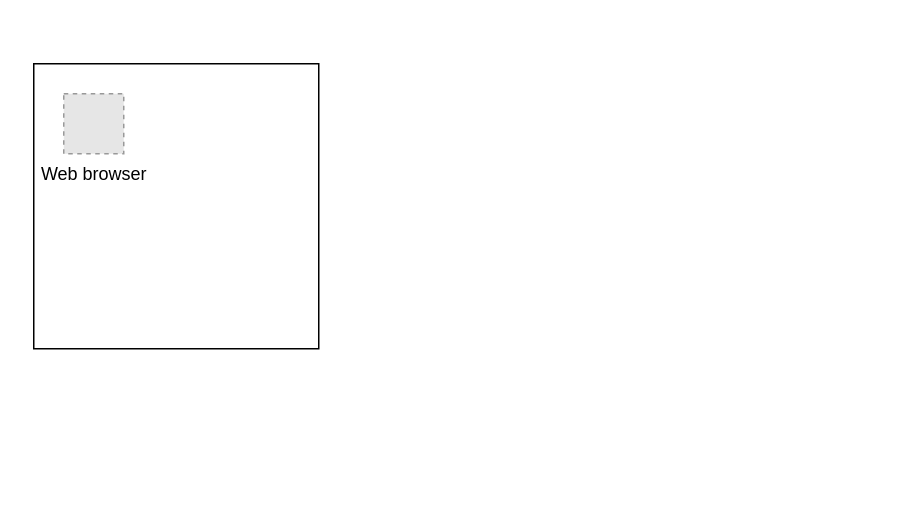
The draw.io diagram deploynew.drawio in shpriya-bits/github-upload, before the edit. Source tidied: cells renumbered, new cells numbered last; positions are measured from the earlier drawing's top-left corner, leaving out a move shared by most shapes. Both pictures are drawn from the tidied source at 150%, with x=0, y=0 at pixel (33, 63). Pictures stored in the file or linked from it are replaced by grey dashed boxes.
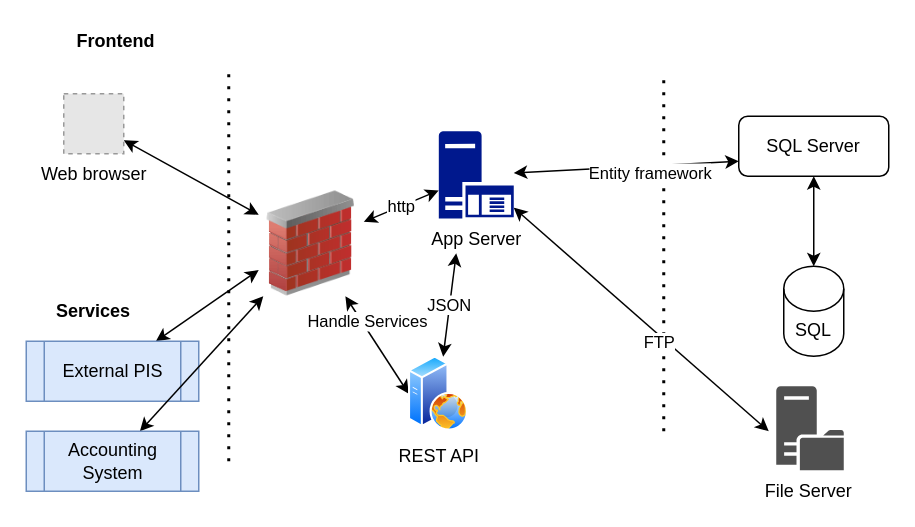
After the change.

Unchanged cells that the change refers to:
```xml
<mxCell id="3" value="Web browser" style="fillColor=#E6E6E6;strokeColor=#999999;dashed=1;html=1;verticalAlign=top;verticalLabelPosition=bottom;labelBackgroundColor=#ffffff;" parent="1" vertex="1">
  <mxGeometry x="20" y="20" width="40" height="40" as="geometry" />
</mxCell>
```

Change to the diagram source:
```diff
@@
-    <mxCell id="2" style="whiteSpace=wrap;html=1;" parent="1" vertex="1">
-      <mxGeometry width="190" height="190" as="geometry" />
-    </mxCell>
+    <mxCell id="4" style="rounded=0;jettySize=auto;html=1;startArrow=classic;startFill=1;" parent="1" edge="1" source="3" target="10">
+      <mxGeometry relative="1" as="geometry" />
+    </mxCell>
@@
+    <mxCell id="5" value="Frontend" style="text;html=1;strokeColor=none;fillColor=none;align=center;verticalAlign=middle;whiteSpace=wrap;rounded=0;fontStyle=1;" parent="1" vertex="1">
+      <mxGeometry x="20" y="-25" width="70" height="20" as="geometry" />
+    </mxCell>
+    <mxCell id="6" style="endArrow=none;dashed=1;html=1;dashPattern=1 3;strokeWidth=2;" parent="1" edge="1">
+      <mxGeometry relative="1" as="geometry">
+        <mxPoint x="130" y="265" as="sourcePoint" />
+        <mxPoint x="130" y="5" as="targetPoint" />
+      </mxGeometry>
+    </mxCell>
+    <mxCell id="7" value="http" style="edgeStyle=none;rounded=0;jettySize=auto;html=1;startArrow=classic;startFill=1;" parent="1" edge="1" source="10" target="18">
+      <mxGeometry relative="1" as="geometry" />
+    </mxCell>
+    <mxCell id="8" style="edgeStyle=none;rounded=0;jettySize=auto;html=1;entryX=0;entryY=0.5;entryDx=0;entryDy=0;startArrow=classic;startFill=1;" parent="1" edge="1" source="10" target="13">
+      <mxGeometry relative="1" as="geometry" />
+    </mxCell>
+    <mxCell id="9" value="Handle Services&amp;nbsp;" style="edgeLabel;html=1;align=center;verticalAlign=middle;" parent="8" vertex="1">
+      <mxGeometry x="-0.43" y="4" relative="1" as="geometry" />
+    </mxCell>
+    <mxCell id="10" style="image;html=1;image=img/lib/clip_art/networking/Firewall_02_128x128.png;" parent="1" vertex="1">
+      <mxGeometry x="150" y="85" width="70" height="70" as="geometry" />
+    </mxCell>
+    <mxCell id="11" style="endArrow=none;dashed=1;html=1;dashPattern=1 3;strokeWidth=2;" parent="1" edge="1">
+      <mxGeometry relative="1" as="geometry">
+        <mxPoint x="420" y="245" as="sourcePoint" />
+        <mxPoint x="420" y="5" as="targetPoint" />
+      </mxGeometry>
+    </mxCell>
+    <mxCell id="12" value="JSON" style="edgeStyle=none;rounded=0;jettySize=auto;html=1;entryX=0.233;entryY=1.4;entryDx=0;entryDy=0;entryPerimeter=0;startArrow=classic;startFill=1;" parent="1" edge="1" source="13" target="18">
+      <mxGeometry relative="1" as="geometry" />
+    </mxCell>
+    <mxCell id="13" value="REST API" style="perimeter=ellipsePerimeter;html=1;align=center;shadow=0;dashed=0;spacingTop=3;image;image=img/lib/active_directory/web_server.svg;" parent="1" vertex="1">
+      <mxGeometry x="250" y="195" width="40" height="50" as="geometry" />
+    </mxCell>
+    <mxCell id="14" style="edgeStyle=none;rounded=0;jettySize=auto;html=1;entryX=0;entryY=0.75;entryDx=0;entryDy=0;startArrow=classic;startFill=1;" parent="1" edge="1" source="18" target="25">
+      <mxGeometry relative="1" as="geometry" />
+    </mxCell>
+    <mxCell id="15" value="Entity framework" style="edgeLabel;html=1;align=center;verticalAlign=middle;" parent="14" vertex="1">
+      <mxGeometry x="0.2" y="-4" relative="1" as="geometry" />
+    </mxCell>
+    <mxCell id="16" style="edgeStyle=none;rounded=0;jettySize=auto;html=1;startArrow=classic;startFill=1;" parent="1" edge="1" source="18">
+      <mxGeometry relative="1" as="geometry">
+        <mxPoint x="490" y="245" as="targetPoint" />
+      </mxGeometry>
+    </mxCell>
+    <mxCell id="17" value="FTP" style="edgeLabel;html=1;align=center;verticalAlign=middle;" parent="16" vertex="1">
+      <mxGeometry x="0.17" y="-3" relative="1" as="geometry">
+        <mxPoint x="-1" as="offset" />
+      </mxGeometry>
+    </mxCell>
+    <mxCell id="18" value="App Server" style="shadow=0;dashed=0;html=1;strokeColor=none;labelPosition=center;verticalLabelPosition=bottom;verticalAlign=top;align=center;fillColor=#00188D;shape=mxgraph.mscae.enterprise.application_server;" parent="1" vertex="1">
+      <mxGeometry x="270" y="45" width="50" height="58.1" as="geometry" />
+    </mxCell>
+    <mxCell id="19" style="rounded=0;jettySize=auto;html=1;entryX=0;entryY=0.75;entryDx=0;entryDy=0;startArrow=classic;startFill=1;" parent="1" edge="1" source="20" target="10">
+      <mxGeometry relative="1" as="geometry" />
+    </mxCell>
+    <mxCell id="20" value="External PIS" style="shape=process;whiteSpace=wrap;html=1;backgroundOutline=1;fillColor=#dae8fc;strokeColor=#6c8ebf;" parent="1" vertex="1">
+      <mxGeometry x="-5" y="185" width="115" height="40" as="geometry" />
+    </mxCell>
+    <mxCell id="21" style="edgeStyle=none;rounded=0;jettySize=auto;html=1;startArrow=classic;startFill=1;" parent="1" edge="1" source="22" target="10">
+      <mxGeometry relative="1" as="geometry" />
+    </mxCell>
+    <mxCell id="22" value="Accounting System" style="shape=process;whiteSpace=wrap;html=1;backgroundOutline=1;fillColor=#dae8fc;strokeColor=#6c8ebf;" parent="1" vertex="1">
+      <mxGeometry x="-5" y="245" width="115" height="40" as="geometry" />
+    </mxCell>
+    <mxCell id="23" value="Services" style="text;html=1;strokeColor=none;fillColor=none;align=center;verticalAlign=middle;whiteSpace=wrap;rounded=0;fontStyle=1;" parent="1" vertex="1">
+      <mxGeometry x="20" y="155" width="40" height="20" as="geometry" />
+    </mxCell>
+    <mxCell id="24" style="edgeStyle=none;rounded=0;jettySize=auto;html=1;entryX=0.5;entryY=0;entryDx=0;entryDy=0;entryPerimeter=0;startArrow=classic;startFill=1;" parent="1" edge="1" source="25" target="26">
+      <mxGeometry relative="1" as="geometry" />
+    </mxCell>
+    <mxCell id="25" value="SQL Server" style="rounded=1;whiteSpace=wrap;html=1;" parent="1" vertex="1">
+      <mxGeometry x="470" y="35" width="100" height="40" as="geometry" />
+    </mxCell>
+    <mxCell id="26" value="SQL" style="shape=cylinder3;whiteSpace=wrap;html=1;boundedLbl=1;backgroundOutline=1;size=15;" parent="1" vertex="1">
+      <mxGeometry x="500" y="135" width="40" height="60" as="geometry" />
+    </mxCell>
+    <mxCell id="27" value="File Server&amp;nbsp;" style="shadow=0;dashed=0;html=1;strokeColor=none;fillColor=#505050;labelPosition=center;verticalLabelPosition=bottom;verticalAlign=top;align=center;shape=mxgraph.office.servers.file_server;" parent="1" vertex="1">
+      <mxGeometry x="495" y="215" width="45" height="56" as="geometry" />
+    </mxCell>
```
